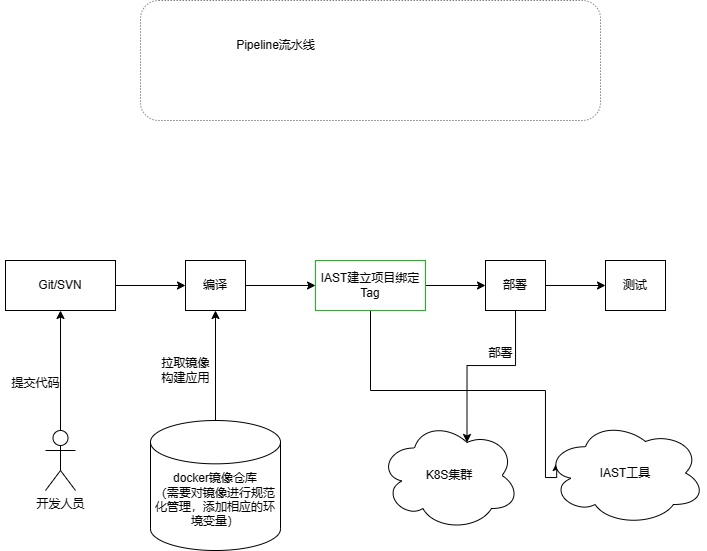
Earlier version of the draw.io export k8s.png (coutcin-xw/FlowChart). Source tidied: cells renumbered, new cells last; positions are measured from the earlier drawing's top-left corner, leaving out a move shared by most shapes.
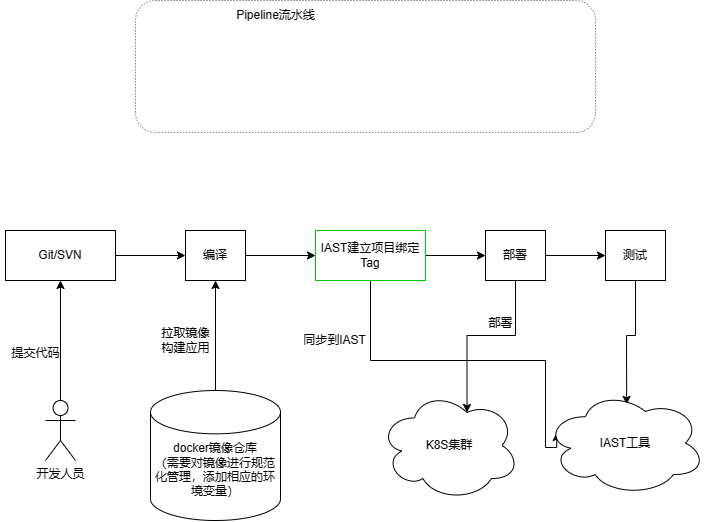
Above is the later version.

Change to the diagram source:
```diff
@@ -42,7 +42,7 @@
       <mxGeometry x="315" y="260" width="110" height="50" as="geometry" />
     </mxCell>
     <mxCell id="13" style="rounded=1;whiteSpace=wrap;html=1;dashed=1;fillColor=none;strokeWidth=0.5;" parent="1" vertex="1">
-      <mxGeometry x="140" width="460" height="120" as="geometry" />
+      <mxGeometry x="135" y="30" width="460" height="132" as="geometry" />
     </mxCell>
     <mxCell id="14" value="&lt;font style=&quot;font-size: 11px;&quot;&gt;Pipeline流水线&lt;/font&gt;" style="text;html=1;align=center;verticalAlign=middle;strokeColor=none;fillColor=none;" parent="1" vertex="1">
       <mxGeometry x="225" y="30" width="100" height="30" as="geometry" />
@@ -56,6 +56,9 @@
     <mxCell id="17" value="提交代码" style="text;html=1;align=center;verticalAlign=middle;strokeColor=none;fillColor=none;" parent="1" vertex="1">
       <mxGeometry y="368" width="70" height="30" as="geometry" />
     </mxCell>
+    <mxCell id="24" style="edgeStyle=orthogonalEdgeStyle;rounded=0;jettySize=auto;html=1;entryX=0.507;entryY=0.132;entryDx=0;entryDy=0;entryPerimeter=0;" parent="1" edge="1" source="18" target="23">
+      <mxGeometry relative="1" as="geometry" />
+    </mxCell>
     <mxCell id="18" value="测试" style="whiteSpace=wrap;html=1;" parent="1" vertex="1">
       <mxGeometry x="605" y="260" width="60" height="50" as="geometry" />
     </mxCell>
@@ -74,5 +77,8 @@
     <mxCell id="23" value="IAST工具" style="ellipse;shape=cloud;whiteSpace=wrap;html=1;" parent="1" vertex="1">
       <mxGeometry x="545" y="420" width="160" height="105" as="geometry" />
     </mxCell>
+    <mxCell id="25" value="同步到IAST" style="text;html=1;align=center;verticalAlign=middle;strokeColor=none;fillColor=none;" parent="1" vertex="1">
+      <mxGeometry x="289" y="355" width="90" height="30" as="geometry" />
+    </mxCell>
   </root>
 </mxGraphModel>
```
